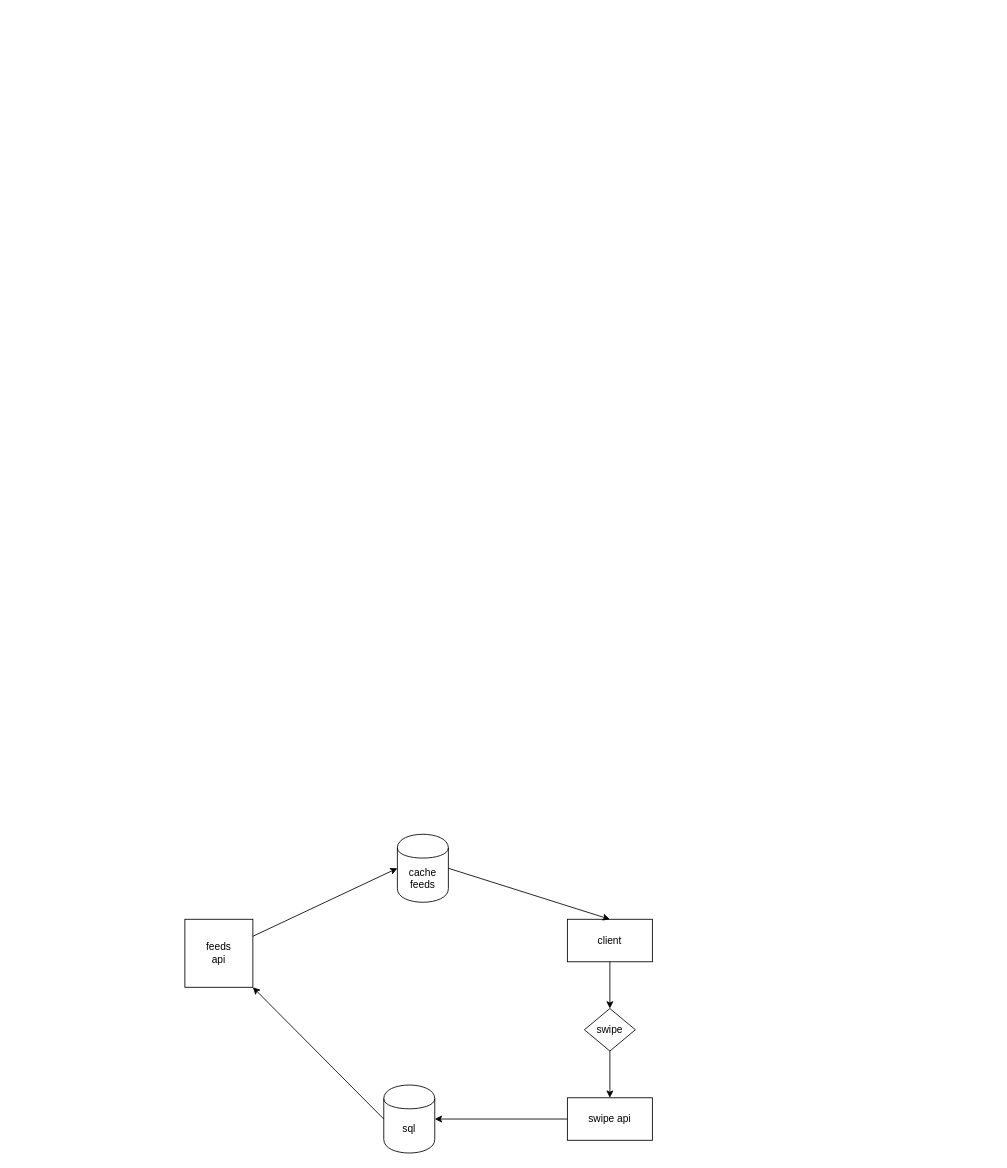
This is skill-swap.drawio from TenpennyUMFPOS/skill-swap, a draw.io file, before an edit. Source tidied: cells renumbered, new cells numbered last; positions are measured from the earlier drawing's top-left corner, leaving out a move shared by most shapes. Both pictures are drawn from the tidied source at 85%, with x=0, y=0 at pixel (184, 834).
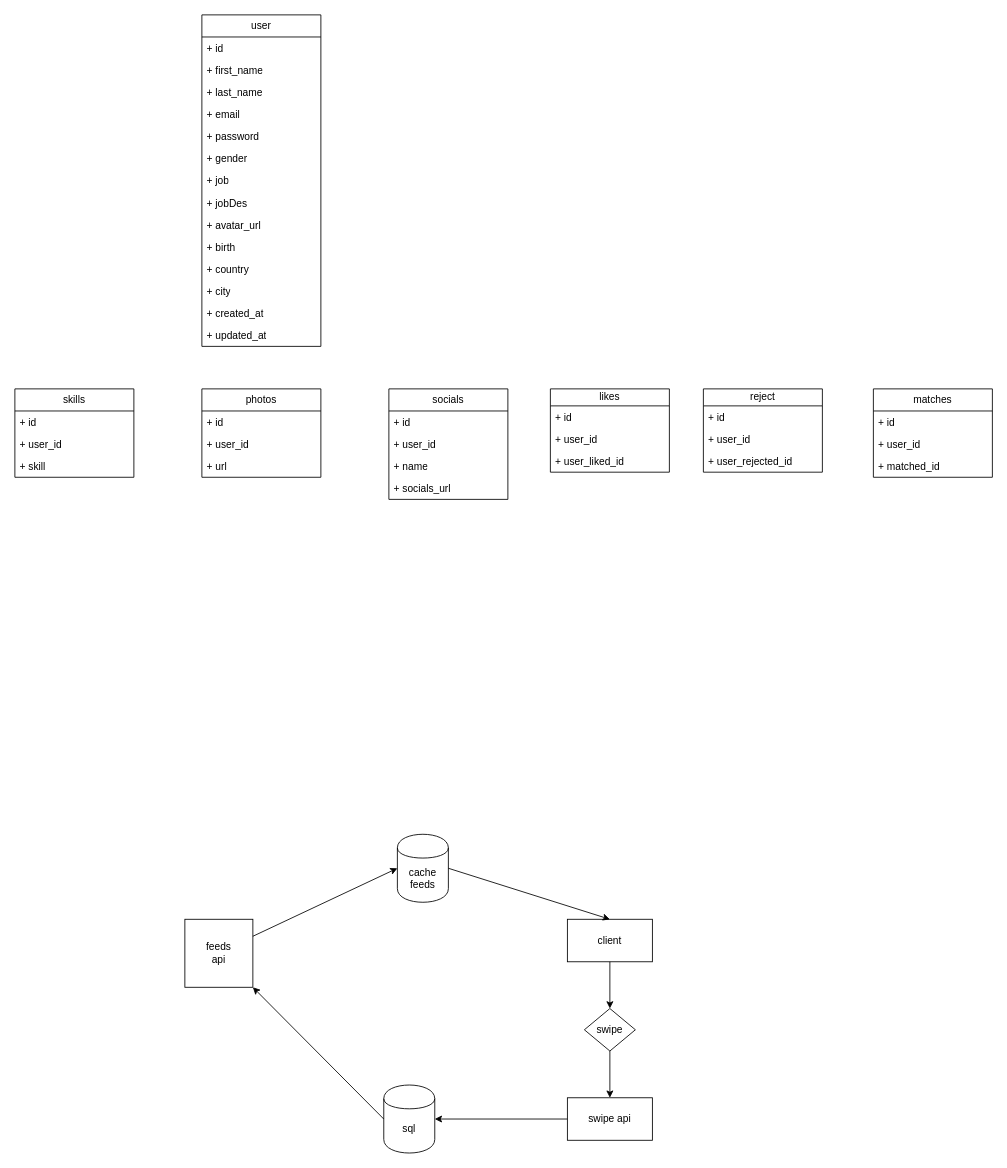
The same diagram, later.

Commit message:
Mettre à jour skill-swap.drawio

Diff of the diagram source:
```diff
@@
+    <mxCell id="14" value="user" style="swimlane;fontStyle=0;horizontal=1;startSize=26;fillColor=none;whiteSpace=wrap;html=1;" parent="1" vertex="1">
+      <mxGeometry x="20" y="-964" width="140" height="390" as="geometry" />
+    </mxCell>
+    <mxCell id="15" value="+ id" style="text;strokeColor=none;fillColor=none;align=left;verticalAlign=top;spacingLeft=4;spacingRight=4;overflow=hidden;whiteSpace=wrap;html=1;" parent="14" vertex="1">
+      <mxGeometry y="26" width="140" height="26" as="geometry" />
+    </mxCell>
+    <mxCell id="16" value="+ first_name" style="text;strokeColor=none;fillColor=none;align=left;verticalAlign=top;spacingLeft=4;spacingRight=4;overflow=hidden;whiteSpace=wrap;html=1;" parent="14" vertex="1">
+      <mxGeometry y="52" width="140" height="26" as="geometry" />
+    </mxCell>
+    <mxCell id="17" value="+ last_name" style="text;strokeColor=none;fillColor=none;align=left;verticalAlign=top;spacingLeft=4;spacingRight=4;overflow=hidden;whiteSpace=wrap;html=1;" parent="14" vertex="1">
+      <mxGeometry y="78" width="140" height="26" as="geometry" />
+    </mxCell>
+    <mxCell id="18" value="+ email" style="text;strokeColor=none;fillColor=none;align=left;verticalAlign=top;spacingLeft=4;spacingRight=4;overflow=hidden;whiteSpace=wrap;html=1;" parent="14" vertex="1">
+      <mxGeometry y="104" width="140" height="26" as="geometry" />
+    </mxCell>
+    <mxCell id="19" value="+ password" style="text;strokeColor=none;fillColor=none;align=left;verticalAlign=top;spacingLeft=4;spacingRight=4;overflow=hidden;whiteSpace=wrap;html=1;" parent="14" vertex="1">
+      <mxGeometry y="130" width="140" height="26" as="geometry" />
+    </mxCell>
+    <mxCell id="20" value="+ gender" style="text;strokeColor=none;fillColor=none;align=left;verticalAlign=top;spacingLeft=4;spacingRight=4;overflow=hidden;whiteSpace=wrap;html=1;" parent="14" vertex="1">
+      <mxGeometry y="156" width="140" height="26" as="geometry" />
+    </mxCell>
+    <mxCell id="21" value="+ job" style="text;strokeColor=none;fillColor=none;align=left;verticalAlign=top;spacingLeft=4;spacingRight=4;overflow=hidden;whiteSpace=wrap;html=1;" parent="14" vertex="1">
+      <mxGeometry y="182" width="140" height="26" as="geometry" />
+    </mxCell>
+    <mxCell id="22" value="+ jobDes" style="text;strokeColor=none;fillColor=none;align=left;verticalAlign=top;spacingLeft=4;spacingRight=4;overflow=hidden;whiteSpace=wrap;html=1;" parent="14" vertex="1">
+      <mxGeometry y="208" width="140" height="26" as="geometry" />
+    </mxCell>
+    <mxCell id="23" value="+ avatar_url" style="text;strokeColor=none;fillColor=none;align=left;verticalAlign=top;spacingLeft=4;spacingRight=4;overflow=hidden;whiteSpace=wrap;html=1;" parent="14" vertex="1">
+      <mxGeometry y="234" width="140" height="26" as="geometry" />
+    </mxCell>
+    <mxCell id="24" value="+ birth" style="text;strokeColor=none;fillColor=none;align=left;verticalAlign=top;spacingLeft=4;spacingRight=4;overflow=hidden;whiteSpace=wrap;html=1;" parent="14" vertex="1">
+      <mxGeometry y="260" width="140" height="26" as="geometry" />
+    </mxCell>
+    <mxCell id="25" value="+ country" style="text;strokeColor=none;fillColor=none;align=left;verticalAlign=top;spacingLeft=4;spacingRight=4;overflow=hidden;whiteSpace=wrap;html=1;" parent="14" vertex="1">
+      <mxGeometry y="286" width="140" height="26" as="geometry" />
+    </mxCell>
+    <mxCell id="26" value="+ city" style="text;strokeColor=none;fillColor=none;align=left;verticalAlign=top;spacingLeft=4;spacingRight=4;overflow=hidden;whiteSpace=wrap;html=1;" parent="14" vertex="1">
+      <mxGeometry y="312" width="140" height="26" as="geometry" />
+    </mxCell>
+    <mxCell id="27" value="+ created_at" style="text;strokeColor=none;fillColor=none;align=left;verticalAlign=top;spacingLeft=4;spacingRight=4;overflow=hidden;whiteSpace=wrap;html=1;" parent="14" vertex="1">
+      <mxGeometry y="338" width="140" height="26" as="geometry" />
+    </mxCell>
+    <mxCell id="28" value="+ updated_at" style="text;strokeColor=none;fillColor=none;align=left;verticalAlign=top;spacingLeft=4;spacingRight=4;overflow=hidden;whiteSpace=wrap;html=1;" parent="14" vertex="1">
+      <mxGeometry y="364" width="140" height="26" as="geometry" />
+    </mxCell>
+    <mxCell id="29" value="likes" style="swimlane;fontStyle=0;horizontal=1;startSize=20;fillColor=none;whiteSpace=wrap;html=1;" parent="1" vertex="1">
+      <mxGeometry x="430" y="-524" width="140" height="98" as="geometry" />
+    </mxCell>
+    <mxCell id="30" value="+ id" style="text;strokeColor=none;fillColor=none;align=left;verticalAlign=top;spacingLeft=4;spacingRight=4;overflow=hidden;whiteSpace=wrap;html=1;" parent="29" vertex="1">
+      <mxGeometry y="20" width="140" height="26" as="geometry" />
+    </mxCell>
+    <mxCell id="31" value="+ user_id" style="text;strokeColor=none;fillColor=none;align=left;verticalAlign=top;spacingLeft=4;spacingRight=4;overflow=hidden;whiteSpace=wrap;html=1;" parent="29" vertex="1">
+      <mxGeometry y="46" width="140" height="26" as="geometry" />
+    </mxCell>
+    <mxCell id="32" value="+ user_liked_id" style="text;strokeColor=none;fillColor=none;align=left;verticalAlign=top;spacingLeft=4;spacingRight=4;overflow=hidden;whiteSpace=wrap;html=1;" parent="29" vertex="1">
+      <mxGeometry y="72" width="140" height="26" as="geometry" />
+    </mxCell>
+    <mxCell id="33" value="reject" style="swimlane;fontStyle=0;horizontal=1;startSize=20;fillColor=none;whiteSpace=wrap;html=1;" parent="1" vertex="1">
+      <mxGeometry x="610" y="-524" width="140" height="98" as="geometry" />
+    </mxCell>
+    <mxCell id="34" value="+ id" style="text;strokeColor=none;fillColor=none;align=left;verticalAlign=top;spacingLeft=4;spacingRight=4;overflow=hidden;whiteSpace=wrap;html=1;" parent="33" vertex="1">
+      <mxGeometry y="20" width="140" height="26" as="geometry" />
+    </mxCell>
+    <mxCell id="35" value="+ user_id" style="text;strokeColor=none;fillColor=none;align=left;verticalAlign=top;spacingLeft=4;spacingRight=4;overflow=hidden;whiteSpace=wrap;html=1;" parent="33" vertex="1">
+      <mxGeometry y="46" width="140" height="26" as="geometry" />
+    </mxCell>
+    <mxCell id="36" value="+ user_rejected_id" style="text;strokeColor=none;fillColor=none;align=left;verticalAlign=top;spacingLeft=4;spacingRight=4;overflow=hidden;whiteSpace=wrap;html=1;" parent="33" vertex="1">
+      <mxGeometry y="72" width="140" height="26" as="geometry" />
+    </mxCell>
+    <mxCell id="37" value="photos" style="swimlane;fontStyle=0;horizontal=1;startSize=26;fillColor=none;whiteSpace=wrap;html=1;" parent="1" vertex="1">
+      <mxGeometry x="20" y="-524" width="140" height="104" as="geometry" />
+    </mxCell>
+    <mxCell id="38" value="+ id" style="text;strokeColor=none;fillColor=none;align=left;verticalAlign=top;spacingLeft=4;spacingRight=4;overflow=hidden;whiteSpace=wrap;html=1;" parent="37" vertex="1">
+      <mxGeometry y="26" width="140" height="26" as="geometry" />
+    </mxCell>
+    <mxCell id="39" value="+ user_id" style="text;strokeColor=none;fillColor=none;align=left;verticalAlign=top;spacingLeft=4;spacingRight=4;overflow=hidden;whiteSpace=wrap;html=1;" parent="37" vertex="1">
+      <mxGeometry y="52" width="140" height="26" as="geometry" />
+    </mxCell>
+    <mxCell id="40" value="+ url" style="text;strokeColor=none;fillColor=none;align=left;verticalAlign=top;spacingLeft=4;spacingRight=4;overflow=hidden;whiteSpace=wrap;html=1;" parent="37" vertex="1">
+      <mxGeometry y="78" width="140" height="26" as="geometry" />
+    </mxCell>
+    <mxCell id="41" value="socials" style="swimlane;fontStyle=0;horizontal=1;startSize=26;fillColor=none;whiteSpace=wrap;html=1;" parent="1" vertex="1">
+      <mxGeometry x="240" y="-524" width="140" height="130" as="geometry" />
+    </mxCell>
+    <mxCell id="42" value="+ id" style="text;strokeColor=none;fillColor=none;align=left;verticalAlign=top;spacingLeft=4;spacingRight=4;overflow=hidden;whiteSpace=wrap;html=1;" parent="41" vertex="1">
+      <mxGeometry y="26" width="140" height="26" as="geometry" />
+    </mxCell>
+    <mxCell id="43" value="+ user_id" style="text;strokeColor=none;fillColor=none;align=left;verticalAlign=top;spacingLeft=4;spacingRight=4;overflow=hidden;whiteSpace=wrap;html=1;" parent="41" vertex="1">
+      <mxGeometry y="52" width="140" height="26" as="geometry" />
+    </mxCell>
+    <mxCell id="44" value="+ name" style="text;strokeColor=none;fillColor=none;align=left;verticalAlign=top;spacingLeft=4;spacingRight=4;overflow=hidden;whiteSpace=wrap;html=1;" parent="41" vertex="1">
+      <mxGeometry y="78" width="140" height="26" as="geometry" />
+    </mxCell>
+    <mxCell id="45" value="+ socials_url" style="text;strokeColor=none;fillColor=none;align=left;verticalAlign=top;spacingLeft=4;spacingRight=4;overflow=hidden;whiteSpace=wrap;html=1;" parent="41" vertex="1">
+      <mxGeometry y="104" width="140" height="26" as="geometry" />
+    </mxCell>
+    <mxCell id="46" value="skills" style="swimlane;fontStyle=0;horizontal=1;startSize=26;fillColor=none;whiteSpace=wrap;html=1;" parent="1" vertex="1">
+      <mxGeometry x="-200" y="-524" width="140" height="104" as="geometry" />
+    </mxCell>
+    <mxCell id="47" value="+ id" style="text;strokeColor=none;fillColor=none;align=left;verticalAlign=top;spacingLeft=4;spacingRight=4;overflow=hidden;whiteSpace=wrap;html=1;" parent="46" vertex="1">
+      <mxGeometry y="26" width="140" height="26" as="geometry" />
+    </mxCell>
+    <mxCell id="48" value="+ user_id" style="text;strokeColor=none;fillColor=none;align=left;verticalAlign=top;spacingLeft=4;spacingRight=4;overflow=hidden;whiteSpace=wrap;html=1;" parent="46" vertex="1">
+      <mxGeometry y="52" width="140" height="26" as="geometry" />
+    </mxCell>
+    <mxCell id="49" value="+ skill" style="text;strokeColor=none;fillColor=none;align=left;verticalAlign=top;spacingLeft=4;spacingRight=4;overflow=hidden;whiteSpace=wrap;html=1;" parent="46" vertex="1">
+      <mxGeometry y="78" width="140" height="26" as="geometry" />
+    </mxCell>
+    <mxCell id="50" value="matches" style="swimlane;fontStyle=0;horizontal=1;startSize=26;fillColor=none;whiteSpace=wrap;html=1;" parent="1" vertex="1">
+      <mxGeometry x="810" y="-524" width="140" height="104" as="geometry" />
+    </mxCell>
+    <mxCell id="51" value="+ id" style="text;strokeColor=none;fillColor=none;align=left;verticalAlign=top;spacingLeft=4;spacingRight=4;overflow=hidden;whiteSpace=wrap;html=1;" parent="50" vertex="1">
+      <mxGeometry y="26" width="140" height="26" as="geometry" />
+    </mxCell>
+    <mxCell id="52" value="+ user_id" style="text;strokeColor=none;fillColor=none;align=left;verticalAlign=top;spacingLeft=4;spacingRight=4;overflow=hidden;whiteSpace=wrap;html=1;" parent="50" vertex="1">
+      <mxGeometry y="52" width="140" height="26" as="geometry" />
+    </mxCell>
+    <mxCell id="53" value="+ matched_id" style="text;strokeColor=none;fillColor=none;align=left;verticalAlign=top;spacingLeft=4;spacingRight=4;overflow=hidden;whiteSpace=wrap;html=1;" parent="50" vertex="1">
+      <mxGeometry y="78" width="140" height="26" as="geometry" />
+    </mxCell>
```
